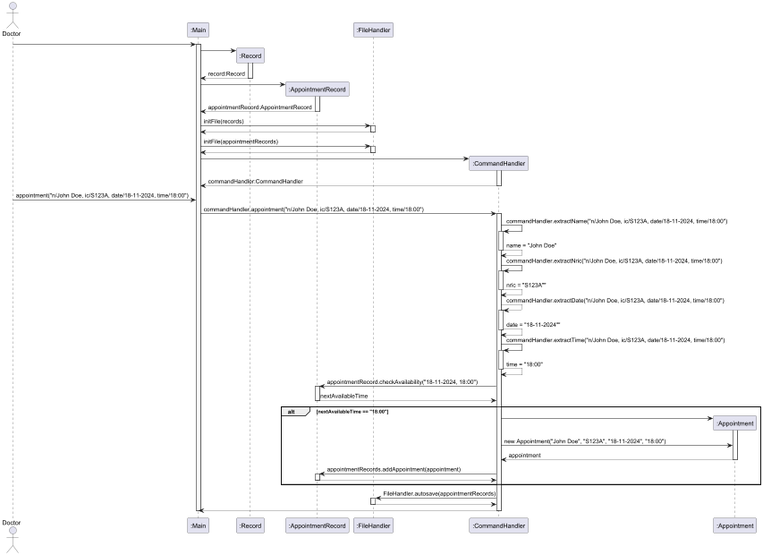
yentheng0110/tp keeps this PlantUML diagram as docs/NewAppointmentSD.png. Above is the earlier version.
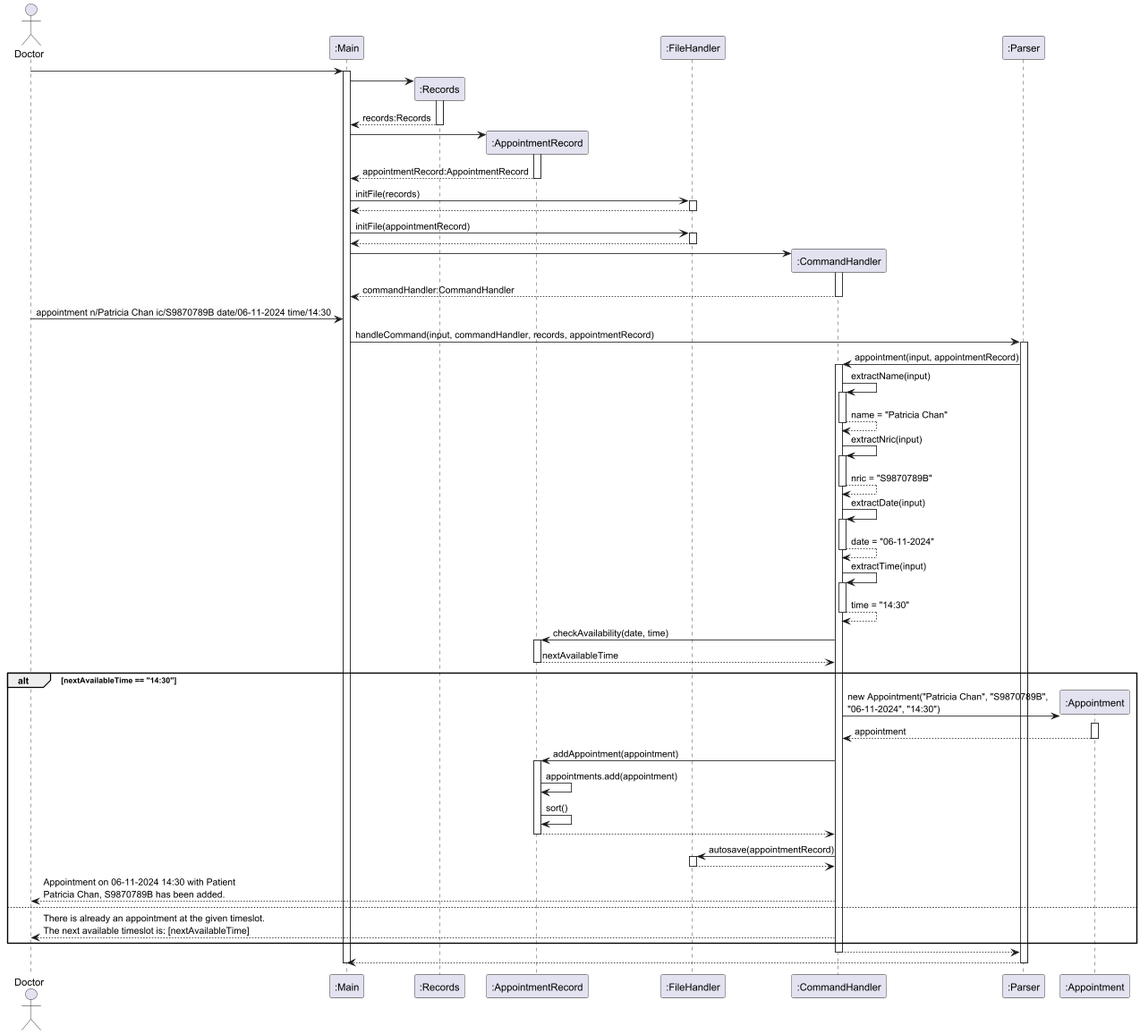
The same diagram one commit later.

Commit message:
Update Object Diagram for Before Appointment and After Appointment , and Sequence Diagram for "appointment" command

Diff of the diagram source:
```diff
@@ -1,44 +1,68 @@
 @startuml
 
+
 actor Doctor
+
 Doctor -> ":Main" ++
-":Main" -> ":Record" **
-activate ":Record"
-":Record" --> ":Main" -- : record:Record
+":Main" -> ":Records" **
+activate ":Records"
+":Records" --> ":Main" --: records:Records
+
 ":Main" -> ":AppointmentRecord" **
 activate ":AppointmentRecord"
-":AppointmentRecord" --> ":Main" -- : appointmentRecord:AppointmentRecord
-":Main" -> ":FileHandler" ++ : initFile(records)
-":FileHandler" --> ":Main" -- :
-":Main" -> ":FileHandler" ++ : initFile(appointmentRecords)
-":FileHandler" --> ":Main" -- :
-":Main" -> ":CommandHandler" ** :
+":AppointmentRecord" --> ":Main" --: appointmentRecord:AppointmentRecord
+
+":Main" -> ":FileHandler" ++: initFile(records)
+":FileHandler" --> ":Main" --
+
+":Main" -> ":FileHandler" ++: initFile(appointmentRecord)
+":FileHandler" --> ":Main" --
+
+":Main" -> ":CommandHandler" **
 activate ":CommandHandler"
 ":CommandHandler" --> ":Main" --: commandHandler:CommandHandler
-Doctor -> ":Main" : appointment("n/John Doe, ic/S123A, date/18-11-2024, time/18:00")
-":Main" -> ":CommandHandler" ++: commandHandler.appointment("n/John Doe, ic/S123A, date/18-11-2024, time/18:00")
-":CommandHandler" -> ":CommandHandler" ++: commandHandler.extractName("n/John Doe, ic/S123A, date/18-11-2024, time/18:00")
-":CommandHandler" --> ":CommandHandler" --: name = "John Doe"
-":CommandHandler" -> ":CommandHandler" ++: commandHandler.extractNric("n/John Doe, ic/S123A, date/18-11-2024, time/18:00")
-":CommandHandler" --> ":CommandHandler" --: nric = "S123A""
-":CommandHandler" --> ":CommandHandler" ++: commandHandler.extractDate("n/John Doe, ic/S123A, date/18-11-2024, time/18:00")
-":CommandHandler" --> ":CommandHandler" --: date = "18-11-2024""
-":CommandHandler" -> ":CommandHandler" ++: commandHandler.extractTime("n/John Doe, ic/S123A, date/18-11-2024, time/18:00")
-":CommandHandler" --> ":CommandHandler" --: time = "18:00"
-":CommandHandler" -> ":AppointmentRecord" ++ : appointmentRecord.checkAvailability("18-11-2024, 18:00")
-":AppointmentRecord" --> ":CommandHandler" -- : nextAvailableTime
-group alt [nextAvailableTime == "18:00"]
-    ":CommandHandler" -> ":Appointment" **
+
+Doctor -> ":Main": appointment n/Patricia Chan ic/S9870789B date/06-11-2024 time/14:30
+
+":Main" -> ":Parser" ++: handleCommand(input, commandHandler, records, appointmentRecord)
+":Parser" -> ":CommandHandler" ++: appointment(input, appointmentRecord)
+
+":CommandHandler" -> ":CommandHandler" ++: extractName(input)
+":CommandHandler" --> ":CommandHandler" --: name = "Patricia Chan"
+
+":CommandHandler" -> ":CommandHandler" ++: extractNric(input)
+":CommandHandler" --> ":CommandHandler" --: nric = "S9870789B"
+
+":CommandHandler" -> ":CommandHandler" ++: extractDate(input)
+":CommandHandler" --> ":CommandHandler" --: date = "06-11-2024"
+
+":CommandHandler" -> ":CommandHandler" ++: extractTime(input)
+":CommandHandler" --> ":CommandHandler" --: time = "14:30"
+
+":CommandHandler" -> ":AppointmentRecord" ++: checkAvailability(date, time)
+":AppointmentRecord" --> ":CommandHandler" --: nextAvailableTime
+
+alt nextAvailableTime == "14:30"
+    create ":Appointment"
+    ":CommandHandler" -> ":Appointment" **: new Appointment("Patricia Chan", "S9870789B",\n"06-11-2024", "14:30")
     activate ":Appointment"
-    ":CommandHandler" -> ":Appointment" : new Appointment("John Doe", "S123A", "18-11-2024", "18:00")
-    ":Appointment" --> ":CommandHandler" -- : appointment
+    ":Appointment" --> ":CommandHandler" --: appointment
 
-    ":CommandHandler" -> ":AppointmentRecord" ++ : appointmentRecords.addAppointment(appointment)
-    ":AppointmentRecord" --> ":CommandHandler" --
-    else
+    ":CommandHandler" -> ":AppointmentRecord" ++: addAppointment(appointment)
+    ":AppointmentRecord" -> ":AppointmentRecord": appointments.add(appointment)
+    ":AppointmentRecord" -> ":AppointmentRecord": sort()
+    return
+
+    ":CommandHandler" -> ":FileHandler" ++: autosave(appointmentRecord)
+    return
+
+    Doctor <-- ":CommandHandler": Appointment on 06-11-2024 14:30 with Patient\nPatricia Chan, S9870789B has been added.
+else
+    Doctor <-- ":CommandHandler": There is already an appointment at the given timeslot.\nThe next available timeslot is: [nextAvailableTime]
 end
-":CommandHandler" -> ":FileHandler" ++ : FileHandler.autosave(appointmentRecords)
-":FileHandler" --> ":CommandHandler" --
-":CommandHandler" --> ":Main" --
+
+":CommandHandler" --> ":Parser" --
+":Parser" --> ":Main" --
 deactivate ":Main"
+
 @enduml
```
